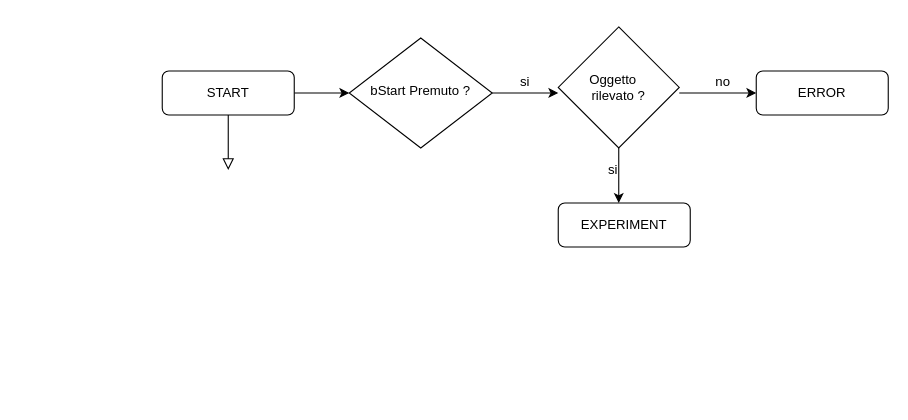
The draw.io diagram Untitled Diagram.drawio in aleshark87/smart_exp_arduino, before the edit. Source tidied: cells renumbered, new cells numbered last; positions are measured from the earlier drawing's top-left corner, leaving out a move shared by most shapes. Both pictures are drawn from the tidied source at 110%, with x=0, y=0 at pixel (162, 26).
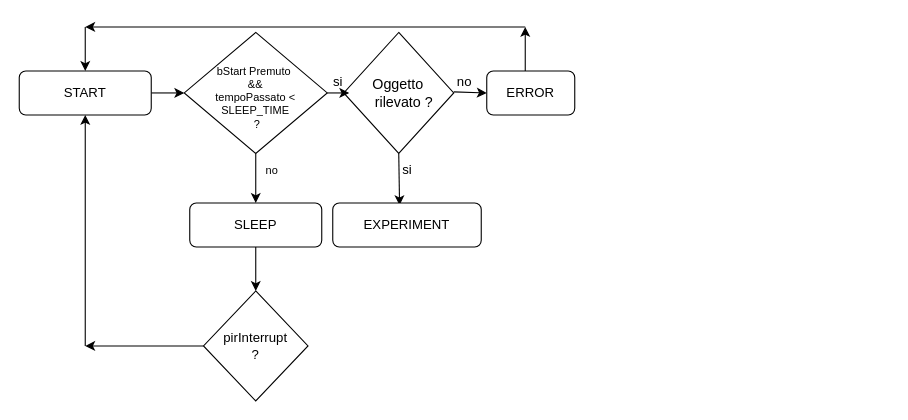
After the change.

Change to the diagram source:
```diff
@@
-    <mxCell id="2" style="rounded=0;html=1;jettySize=auto;fontSize=11;endArrow=block;endFill=0;endSize=8;strokeWidth=1;shadow=0;labelBackgroundColor=none;edgeStyle=orthogonalEdgeStyle;" parent="1" edge="1" source="4">
-      <mxGeometry relative="1" as="geometry">
-        <mxPoint x="60" y="130" as="targetPoint" />
-      </mxGeometry>
-    </mxCell>
-    <mxCell id="3" style="edgeStyle=orthogonalEdgeStyle;rounded=0;jettySize=auto;html=1;" parent="1" edge="1" source="4">
-      <mxGeometry relative="1" as="geometry">
-        <mxPoint x="170" y="60" as="targetPoint" />
-      </mxGeometry>
-    </mxCell>
+    <mxCell id="16" style="edgeStyle=orthogonalEdgeStyle;rounded=0;jettySize=auto;html=1;exitX=1;exitY=0.5;exitDx=0;exitDy=0;entryX=0;entryY=0.5;entryDx=0;entryDy=0;fontSize=10;" parent="1" edge="1" source="4" target="5">
+      <mxGeometry relative="1" as="geometry" />
+    </mxCell>
     <mxCell id="4" value="START" style="rounded=1;whiteSpace=wrap;html=1;fontSize=12;glass=0;strokeWidth=1;shadow=0;" parent="1" vertex="1">
-      <mxGeometry y="40" width="120" height="40" as="geometry" />
+      <mxGeometry x="-130" y="40" width="120" height="40" as="geometry" />
     </mxCell>
+    <mxCell id="17" style="edgeStyle=orthogonalEdgeStyle;rounded=0;jettySize=auto;html=1;exitX=0.5;exitY=1;exitDx=0;exitDy=0;fontSize=10;" parent="1" edge="1" source="5">
+      <mxGeometry relative="1" as="geometry">
+        <mxPoint x="85" y="160" as="targetPoint" />
+      </mxGeometry>
+    </mxCell>
-    <mxCell id="5" value="&lt;font style=&quot;font-size: 12px&quot;&gt;bStart Premuto ?&lt;/font&gt;" style="rhombus;whiteSpace=wrap;html=1;shadow=0;fontFamily=Helvetica;fontSize=12;align=center;strokeWidth=1;spacing=6;spacingTop=-4;" parent="1" vertex="1">
-      <mxGeometry x="170" y="10" width="130" height="100" as="geometry" />
+    <mxCell id="5" value="&lt;font style=&quot;font-size: 10px&quot;&gt;&lt;br&gt;bStart Premuto&amp;nbsp;&lt;br style=&quot;font-size: 10px&quot;&gt;&amp;amp;&amp;amp;&lt;br style=&quot;font-size: 10px&quot;&gt;tempoPassato &amp;lt; SLEEP_TIME&lt;br style=&quot;font-size: 10px&quot;&gt;&amp;nbsp;?&lt;/font&gt;" style="rhombus;whiteSpace=wrap;html=1;shadow=0;fontFamily=Helvetica;fontSize=10;align=center;strokeWidth=1;spacing=6;spacingTop=-4;" parent="1" vertex="1">
+      <mxGeometry x="20" y="5" width="130" height="110" as="geometry" />
     </mxCell>
-    <mxCell id="6" style="endArrow=classic;html=1;" parent="1" edge="1">
-      <mxGeometry relative="1" as="geometry">
-        <mxPoint x="300" y="60" as="sourcePoint" />
-        <mxPoint x="360" y="60" as="targetPoint" />
-      </mxGeometry>
-    </mxCell>
     <mxCell id="7" value="si" style="text;html=1;strokeColor=none;fillColor=none;align=center;verticalAlign=middle;whiteSpace=wrap;rounded=0;" parent="1" vertex="1">
-      <mxGeometry x="310" y="40" width="40" height="20" as="geometry" />
+      <mxGeometry x="140" y="40" width="40" height="20" as="geometry" />
     </mxCell>
     <mxCell id="8" style="rhombus;whiteSpace=wrap;html=1;" parent="1" vertex="1">
-      <mxGeometry x="360" width="110" height="110" as="geometry" />
+      <mxGeometry x="165" y="5" width="100" height="110" as="geometry" />
     </mxCell>
-    <mxCell id="9" value="Oggetto&amp;nbsp; &amp;nbsp; rilevato ?" style="text;html=1;strokeColor=none;fillColor=none;align=center;verticalAlign=middle;whiteSpace=wrap;rounded=0;" parent="1" vertex="1">
-      <mxGeometry x="375" y="40" width="80" height="30" as="geometry" />
+    <mxCell id="9" value="Oggetto&amp;nbsp; &amp;nbsp; rilevato ?" style="text;html=1;strokeColor=none;fillColor=none;align=center;verticalAlign=middle;whiteSpace=wrap;rounded=0;fontSize=13;" parent="1" vertex="1">
+      <mxGeometry x="180" y="45" width="80" height="30" as="geometry" />
     </mxCell>
-    <mxCell id="10" style="endArrow=classic;html=1;exitX=0.5;exitY=1;exitDx=0;exitDy=0;" parent="1" edge="1" source="8">
-      <mxGeometry relative="1" as="geometry">
-        <mxPoint x="415" y="160" as="targetPoint" />
-      </mxGeometry>
+    <mxCell id="10" style="endArrow=classic;html=1;exitX=0.5;exitY=1;exitDx=0;exitDy=0;entryX=0.45;entryY=0.05;entryDx=0;entryDy=0;entryPerimeter=0;" parent="1" edge="1" source="8" target="12">
+      <mxGeometry relative="1" as="geometry" />
     </mxCell>
     <mxCell id="11" value="si" style="text;html=1;strokeColor=none;fillColor=none;align=center;verticalAlign=middle;whiteSpace=wrap;rounded=0;" parent="1" vertex="1">
-      <mxGeometry x="390" y="120" width="40" height="20" as="geometry" />
+      <mxGeometry x="202.5" y="120" width="40" height="20" as="geometry" />
     </mxCell>
     <mxCell id="12" value="EXPERIMENT" style="rounded=1;whiteSpace=wrap;html=1;fontSize=12;glass=0;strokeWidth=1;shadow=0;" parent="1" vertex="1">
-      <mxGeometry x="360" y="160" width="120" height="40" as="geometry" />
+      <mxGeometry x="155" y="160" width="135" height="40" as="geometry" />
     </mxCell>
-    <mxCell id="13" style="endArrow=classic;html=1;" parent="1" edge="1">
+    <mxCell id="13" style="endArrow=classic;html=1;entryX=1;entryY=1;entryDx=0;entryDy=0;" parent="1" edge="1" target="14">
       <mxGeometry relative="1" as="geometry">
-        <mxPoint x="470" y="60" as="sourcePoint" />
-        <mxPoint x="540" y="60" as="targetPoint" />
+        <mxPoint x="265" y="59" as="sourcePoint" />
       </mxGeometry>
     </mxCell>
     <mxCell id="14" value="no" style="text;html=1;strokeColor=none;fillColor=none;align=center;verticalAlign=middle;whiteSpace=wrap;rounded=0;" parent="1" vertex="1">
-      <mxGeometry x="490" y="40" width="40" height="20" as="geometry" />
+      <mxGeometry x="255" y="40" width="40" height="20" as="geometry" />
     </mxCell>
     <mxCell id="15" value="ERROR" style="rounded=1;whiteSpace=wrap;html=1;fontSize=12;glass=0;strokeWidth=1;shadow=0;" parent="1" vertex="1">
-      <mxGeometry x="540" y="40" width="120" height="40" as="geometry" />
+      <mxGeometry x="295" y="40" width="80" height="40" as="geometry" />
     </mxCell>
+    <mxCell id="18" style="endArrow=classic;html=1;entryX=0.5;entryY=0;entryDx=0;entryDy=0;" parent="1" edge="1" target="4">
+      <mxGeometry relative="1" as="geometry">
+        <mxPoint x="-70" as="sourcePoint" />
+      </mxGeometry>
+    </mxCell>
+    <mxCell id="19" style="edgeStyle=orthogonalEdgeStyle;rounded=0;orthogonalLoop=1;jettySize=auto;html=1;exitX=0.25;exitY=1;exitDx=0;exitDy=0;entryX=0.75;entryY=1;entryDx=0;entryDy=0;fontSize=10;" parent="1" edge="1" source="7" target="7">
+      <mxGeometry relative="1" as="geometry" />
+    </mxCell>
+    <mxCell id="20" value="no" style="text;html=1;strokeColor=none;fillColor=none;align=center;verticalAlign=middle;whiteSpace=wrap;rounded=0;fontSize=10;" parent="1" vertex="1">
+      <mxGeometry x="80" y="120" width="40" height="20" as="geometry" />
+    </mxCell>
+    <mxCell id="21" value="SLEEP" style="rounded=1;whiteSpace=wrap;html=1;fontSize=12;glass=0;strokeWidth=1;shadow=0;" parent="1" vertex="1">
+      <mxGeometry x="25" y="160" width="120" height="40" as="geometry" />
+    </mxCell>
+    <mxCell id="22" style="endArrow=classic;html=1;fontSize=10;exitX=0.5;exitY=1;exitDx=0;exitDy=0;" parent="1" edge="1" source="21">
+      <mxGeometry relative="1" as="geometry">
+        <mxPoint x="85" y="240" as="targetPoint" />
+      </mxGeometry>
+    </mxCell>
+    <mxCell id="23" style="endArrow=classic;html=1;fontSize=10;" parent="1" edge="1">
+      <mxGeometry relative="1" as="geometry">
+        <mxPoint x="330" y="40" as="sourcePoint" />
+        <mxPoint x="330" as="targetPoint" />
+      </mxGeometry>
+    </mxCell>
+    <mxCell id="24" style="endArrow=classic;html=1;fontSize=10;" parent="1" edge="1">
+      <mxGeometry relative="1" as="geometry">
+        <mxPoint x="330" as="sourcePoint" />
+        <mxPoint x="-70" as="targetPoint" />
+      </mxGeometry>
+    </mxCell>
+    <mxCell id="25" style="rhombus;whiteSpace=wrap;html=1;fontSize=10;" parent="1" vertex="1">
+      <mxGeometry x="37.5" y="240" width="95" height="100" as="geometry" />
+    </mxCell>
+    <mxCell id="26" value="pirInterrupt&lt;br style=&quot;font-size: 12px;&quot;&gt;?" style="text;html=1;strokeColor=none;fillColor=none;align=center;verticalAlign=middle;whiteSpace=wrap;rounded=0;fontSize=12;" parent="1" vertex="1">
+      <mxGeometry x="65" y="280" width="40" height="20" as="geometry" />
+    </mxCell>
+    <mxCell id="27" style="endArrow=classic;html=1;fontSize=13;exitX=0;exitY=0.5;exitDx=0;exitDy=0;" parent="1" edge="1" source="25">
+      <mxGeometry relative="1" as="geometry">
+        <mxPoint x="-70" y="290" as="targetPoint" />
+      </mxGeometry>
+    </mxCell>
+    <mxCell id="28" style="endArrow=classic;html=1;fontSize=13;entryX=0.5;entryY=1;entryDx=0;entryDy=0;" parent="1" edge="1" target="4">
+      <mxGeometry relative="1" as="geometry">
+        <mxPoint x="-70" y="290" as="sourcePoint" />
+      </mxGeometry>
+    </mxCell>
```
